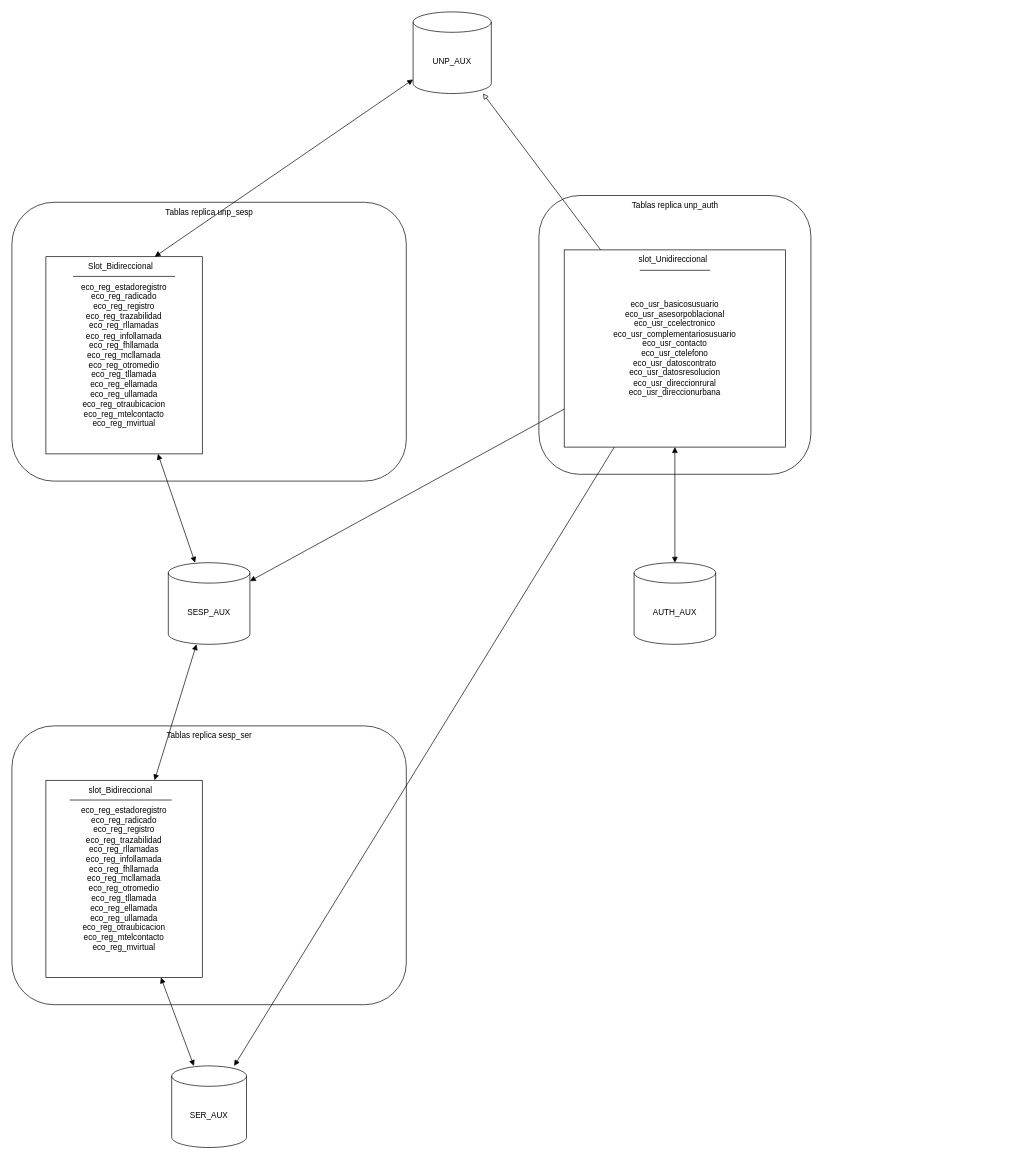
Earlier version of the draw.io diagram Diagrama Replicas BD.drawio (HanaPinilla/Diagramas-DB). Source tidied: cells renumbered, new cells numbered last; positions are measured from the earlier drawing's top-left corner, leaving out a move shared by most shapes. Both pictures are drawn from the tidied source at 68%, with x=0, y=0 at pixel (12, 12).
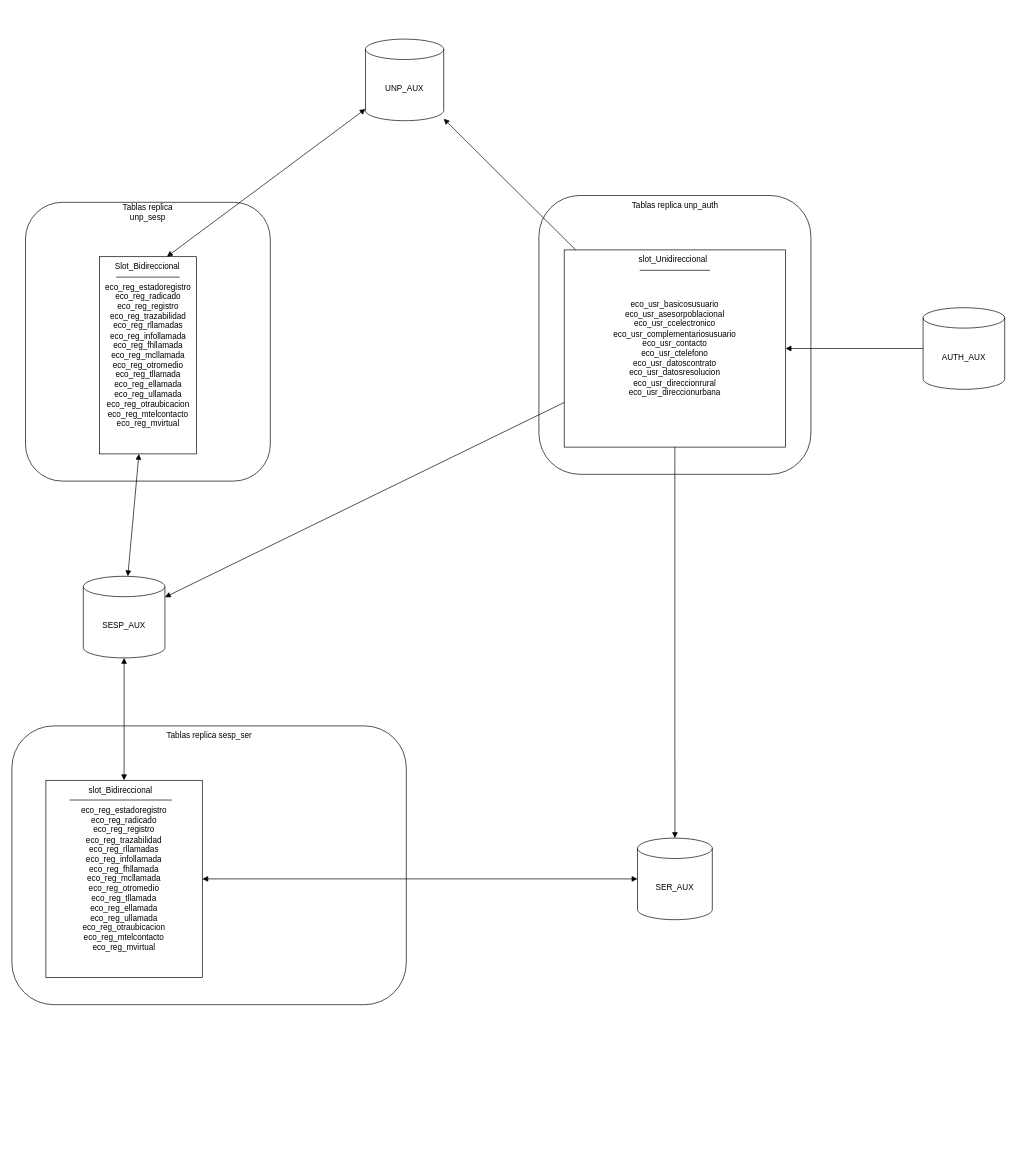
After the change.

The change refers to these unchanged cells:
```xml
<mxCell id="5" value="eco_usr_basicosusuario&lt;div&gt;eco_usr_asesorpoblacional&lt;/div&gt;&lt;div&gt;eco_usr_ccelectronico&lt;/div&gt;&lt;div&gt;eco_usr_complementariosusuario&lt;/div&gt;&lt;div&gt;eco_usr_contacto&lt;/div&gt;&lt;div&gt;eco_usr_ctelefono&lt;/div&gt;&lt;div&gt;eco_usr_datoscontrato&lt;/div&gt;&lt;div&gt;eco_usr_datosresolucion&lt;/div&gt;&lt;div&gt;eco_usr_direccionrural&lt;/div&gt;&lt;div&gt;eco_usr_direccionurbana&lt;/div&gt;" style="rounded=0;whiteSpace=wrap;html=1;" parent="2" vertex="1">
  <mxGeometry x="37.2" y="80" width="325.5" height="290" as="geometry" />
</mxCell>
```

The edit, as a diff of the source:
```diff
@@
     <mxCell id="14" style="group;" parent="1" vertex="1">
-      <mxGeometry y="280" width="580" height="410" as="geometry" />
+      <mxGeometry x="20" y="280" width="360" height="410" as="geometry" />
     </mxCell>
     <mxCell id="15" style="rounded=1;whiteSpace=wrap;html=1;" parent="14" vertex="1">
-      <mxGeometry width="580" height="410" as="geometry" />
+      <mxGeometry width="360" height="410" as="geometry" />
     </mxCell>
     <mxCell id="16" value="Tablas replica unp_sesp" style="text;html=1;align=center;verticalAlign=middle;whiteSpace=wrap;rounded=0;" parent="14" vertex="1">
-      <mxGeometry x="219.5" width="141.1" height="30" as="geometry" />
+      <mxGeometry x="136.2" width="87.6" height="30" as="geometry" />
     </mxCell>
     <mxCell id="17" value="&lt;div&gt;eco_reg_estadoregistro&lt;/div&gt;&lt;div&gt;eco_reg_radicado&lt;/div&gt;&lt;div&gt;eco_reg_registro&lt;/div&gt;&lt;div&gt;eco_reg_trazabilidad&lt;br&gt;&lt;/div&gt;&lt;div&gt;eco_reg_rllamadas&lt;/div&gt;&lt;div&gt;eco_reg_infollamada&lt;/div&gt;&lt;div&gt;eco_reg_fhllamada&lt;/div&gt;&lt;div&gt;eco_reg_mcllamada&lt;/div&gt;&lt;div&gt;eco_reg_otromedio&lt;/div&gt;&lt;div&gt;eco_reg_tllamada&lt;/div&gt;&lt;div&gt;eco_reg_ellamada&lt;/div&gt;&lt;div&gt;eco_reg_ullamada&lt;/div&gt;&lt;div&gt;eco_reg_otraubicacion&lt;/div&gt;&lt;div&gt;eco_reg_mtelcontacto&lt;/div&gt;&lt;div&gt;eco_reg_mvirtual&lt;/div&gt;" style="rounded=0;whiteSpace=wrap;html=1;" parent="14" vertex="1">
-      <mxGeometry x="50" y="80" width="230" height="290" as="geometry" />
+      <mxGeometry x="108.6" y="80" width="142.8" height="290" as="geometry" />
     </mxCell>
     <mxCell id="18" value="Slot_Bidireccional" style="text;html=1;align=center;verticalAlign=middle;whiteSpace=wrap;rounded=0;" parent="14" vertex="1">
-      <mxGeometry x="130" y="80" width="60" height="30" as="geometry" />
+      <mxGeometry x="161.4" y="80" width="37.2" height="30" as="geometry" />
     </mxCell>
     <mxCell id="19" style="endArrow=none;html=1;rounded=0;" parent="14" edge="1">
       <mxGeometry relative="1" as="geometry">
-        <mxPoint x="90" y="109" as="sourcePoint" />
-        <mxPoint x="240" y="109" as="targetPoint" />
+        <mxPoint x="133.5" y="110" as="sourcePoint" />
+        <mxPoint x="226.6" y="110" as="targetPoint" />
       </mxGeometry>
     </mxCell>
     <mxCell id="20" value="UNP_AUX" style="shape=cylinder3;whiteSpace=wrap;html=1;boundedLbl=1;backgroundOutline=1;size=15;" parent="1" vertex="1">
-      <mxGeometry x="590" width="115" height="120" as="geometry" />
+      <mxGeometry x="520" y="40" width="115" height="120" as="geometry" />
     </mxCell>
     <mxCell id="21" value="SER_AUX" style="shape=cylinder3;whiteSpace=wrap;html=1;boundedLbl=1;backgroundOutline=1;size=15;" parent="1" vertex="1">
-      <mxGeometry x="235" y="1550" width="110" height="120" as="geometry" />
+      <mxGeometry x="920" y="1215" width="110" height="120" as="geometry" />
     </mxCell>
     <mxCell id="22" value="SESP_AUX" style="shape=cylinder3;whiteSpace=wrap;html=1;boundedLbl=1;backgroundOutline=1;size=15;" parent="1" vertex="1">
-      <mxGeometry x="230" y="810" width="120" height="120" as="geometry" />
+      <mxGeometry x="105" y="830" width="120" height="120" as="geometry" />
     </mxCell>
     <mxCell id="23" value="AUTH_AUX" style="shape=cylinder3;whiteSpace=wrap;html=1;boundedLbl=1;backgroundOutline=1;size=15;" parent="1" vertex="1">
-      <mxGeometry x="915" y="810" width="120" height="120" as="geometry" />
+      <mxGeometry x="1340" y="435" width="120" height="120" as="geometry" />
     </mxCell>
@@
-    <mxCell id="25" style="endArrow=none;html=1;rounded=0;startArrow=block;startFill=0;endFill=1;" parent="1" edge="1" source="20" target="5">
+    <mxCell id="25" style="endArrow=none;html=1;rounded=0;startArrow=block;startFill=1;endFill=1;" parent="1" edge="1" source="20" target="5">
       <mxGeometry relative="1" as="geometry" />
     </mxCell>
@@
-    <mxCell id="27" style="endArrow=block;html=1;rounded=0;endFill=1;startArrow=block;startFill=1;" parent="1" edge="1" source="5" target="23">
+    <mxCell id="27" style="endArrow=none;html=1;rounded=0;endFill=1;startArrow=block;startFill=1;" parent="1" edge="1" source="5" target="23">
       <mxGeometry relative="1" as="geometry" />
     </mxCell>
```
